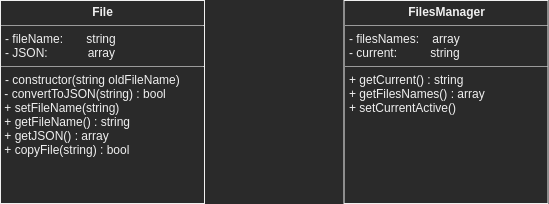
This is doc/UML/UML-Classes_diagram.png from JulienDERONGS/MOB3, a draw.io export, as it was before one commit. Source tidied: cells renumbered, new cells last; positions are measured from the earlier drawing's top-left corner, leaving out a move shared by most shapes. Its diagram source:
```xml
<mxGraphModel>
  <root>
    <mxCell id="0" />
    <mxCell id="1" parent="0" />
    <mxCell id="2" value="&lt;p style=&quot;margin: 0px ; margin-top: 4px ; text-align: center&quot;&gt;&lt;b&gt;File&lt;/b&gt;&lt;/p&gt;&lt;hr size=&quot;1&quot;&gt;&lt;p style=&quot;margin: 0px ; margin-left: 4px&quot;&gt;- fileName:&amp;nbsp; &amp;nbsp; &amp;nbsp; &amp;nbsp;string&lt;br&gt;&lt;/p&gt;&lt;p style=&quot;margin: 0px ; margin-left: 4px&quot;&gt;- JSON:&amp;nbsp; &amp;nbsp; &amp;nbsp; &amp;nbsp; &amp;nbsp; &amp;nbsp; array&lt;/p&gt;&lt;hr size=&quot;1&quot;&gt;&lt;p style=&quot;margin: 0px ; margin-left: 4px&quot;&gt;- constructor(string oldFileName)&lt;/p&gt;&amp;nbsp;- convertToJSON(string) : bool&lt;br&gt;&lt;span&gt;&amp;nbsp;+ setFileName(string)&lt;br&gt;&lt;/span&gt;&lt;span&gt;&amp;nbsp;+ getFileName() : string&lt;br&gt;&lt;/span&gt;&lt;span&gt;&amp;nbsp;+ getJSON() : array&lt;br&gt;&lt;/span&gt;&lt;span&gt;&amp;nbsp;+ copyFile(string) : bool&lt;br&gt;&lt;/span&gt;" style="verticalAlign=top;align=left;overflow=fill;fontSize=12;fontFamily=Helvetica;html=1;" parent="1" vertex="1">
      <mxGeometry width="204" height="203" as="geometry" />
    </mxCell>
    <mxCell id="3" value="&lt;p style=&quot;margin: 0px ; margin-top: 4px ; text-align: center&quot;&gt;&lt;b&gt;FilesManager&lt;/b&gt;&lt;/p&gt;&lt;hr size=&quot;1&quot;&gt;&lt;p style=&quot;margin: 0px ; margin-left: 4px&quot;&gt;- filesNames:&amp;nbsp; &amp;nbsp; array&lt;/p&gt;&lt;p style=&quot;margin: 0px ; margin-left: 4px&quot;&gt;- current:&amp;nbsp; &amp;nbsp; &amp;nbsp; &amp;nbsp; &amp;nbsp; string&lt;/p&gt;&lt;hr size=&quot;1&quot;&gt;&lt;p style=&quot;margin: 0px ; margin-left: 4px&quot;&gt;+ getCurrent() : string&lt;/p&gt;&lt;p style=&quot;margin: 0px ; margin-left: 4px&quot;&gt;+ getFilesNames() : array&lt;/p&gt;&lt;p style=&quot;margin: 0px ; margin-left: 4px&quot;&gt;+ setCurrentActive()&lt;br&gt;&lt;/p&gt;" style="verticalAlign=top;align=left;overflow=fill;fontSize=12;fontFamily=Helvetica;html=1;" parent="1" vertex="1">
      <mxGeometry x="343.5" width="204" height="203" as="geometry" />
    </mxCell>
  </root>
</mxGraphModel>
```
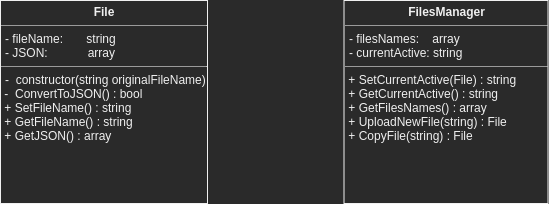
The same diagram one commit later.

Commit message:
UML: * Added File upload sequence diagram * Modified the classes diagram

What changed in the source:
```diff
@@ -2,10 +2,10 @@
   <root>
     <mxCell id="0" />
     <mxCell id="1" parent="0" />
-    <mxCell id="2" value="&lt;p style=&quot;margin: 0px ; margin-top: 4px ; text-align: center&quot;&gt;&lt;b&gt;File&lt;/b&gt;&lt;/p&gt;&lt;hr size=&quot;1&quot;&gt;&lt;p style=&quot;margin: 0px ; margin-left: 4px&quot;&gt;- fileName:&amp;nbsp; &amp;nbsp; &amp;nbsp; &amp;nbsp;string&lt;br&gt;&lt;/p&gt;&lt;p style=&quot;margin: 0px ; margin-left: 4px&quot;&gt;- JSON:&amp;nbsp; &amp;nbsp; &amp;nbsp; &amp;nbsp; &amp;nbsp; &amp;nbsp; array&lt;/p&gt;&lt;hr size=&quot;1&quot;&gt;&lt;p style=&quot;margin: 0px ; margin-left: 4px&quot;&gt;- constructor(string oldFileName)&lt;/p&gt;&amp;nbsp;- convertToJSON(string) : bool&lt;br&gt;&lt;span&gt;&amp;nbsp;+ setFileName(string)&lt;br&gt;&lt;/span&gt;&lt;span&gt;&amp;nbsp;+ getFileName() : string&lt;br&gt;&lt;/span&gt;&lt;span&gt;&amp;nbsp;+ getJSON() : array&lt;br&gt;&lt;/span&gt;&lt;span&gt;&amp;nbsp;+ copyFile(string) : bool&lt;br&gt;&lt;/span&gt;" style="verticalAlign=top;align=left;overflow=fill;fontSize=12;fontFamily=Helvetica;html=1;" parent="1" vertex="1">
-      <mxGeometry width="204" height="203" as="geometry" />
+    <mxCell id="2" value="&lt;p style=&quot;margin: 0px ; margin-top: 4px ; text-align: center&quot;&gt;&lt;b&gt;File&lt;/b&gt;&lt;/p&gt;&lt;hr size=&quot;1&quot;&gt;&lt;p style=&quot;margin: 0px ; margin-left: 4px&quot;&gt;- fileName:&amp;nbsp; &amp;nbsp; &amp;nbsp; &amp;nbsp;string&lt;br&gt;&lt;/p&gt;&lt;p style=&quot;margin: 0px ; margin-left: 4px&quot;&gt;- JSON:&amp;nbsp; &amp;nbsp; &amp;nbsp; &amp;nbsp; &amp;nbsp; &amp;nbsp; array&lt;/p&gt;&lt;hr size=&quot;1&quot;&gt;&lt;p style=&quot;margin: 0px ; margin-left: 4px&quot;&gt;-&amp;nbsp; constructor(string originalFileName)&lt;/p&gt;&amp;nbsp;-&amp;nbsp; ConvertToJSON() : bool&lt;br&gt;&lt;span&gt;&amp;nbsp;+ SetFileName() : string&lt;br&gt;&lt;/span&gt;&lt;span&gt;&amp;nbsp;+ GetFileName() : string&lt;br&gt;&lt;/span&gt;&lt;span&gt;&amp;nbsp;+ GetJSON() : array&lt;/span&gt;&lt;span&gt;&lt;br&gt;&lt;/span&gt;" style="verticalAlign=top;align=left;overflow=fill;fontSize=12;fontFamily=Helvetica;html=1;" parent="1" vertex="1">
+      <mxGeometry width="207" height="203" as="geometry" />
     </mxCell>
-    <mxCell id="3" value="&lt;p style=&quot;margin: 0px ; margin-top: 4px ; text-align: center&quot;&gt;&lt;b&gt;FilesManager&lt;/b&gt;&lt;/p&gt;&lt;hr size=&quot;1&quot;&gt;&lt;p style=&quot;margin: 0px ; margin-left: 4px&quot;&gt;- filesNames:&amp;nbsp; &amp;nbsp; array&lt;/p&gt;&lt;p style=&quot;margin: 0px ; margin-left: 4px&quot;&gt;- current:&amp;nbsp; &amp;nbsp; &amp;nbsp; &amp;nbsp; &amp;nbsp; string&lt;/p&gt;&lt;hr size=&quot;1&quot;&gt;&lt;p style=&quot;margin: 0px ; margin-left: 4px&quot;&gt;+ getCurrent() : string&lt;/p&gt;&lt;p style=&quot;margin: 0px ; margin-left: 4px&quot;&gt;+ getFilesNames() : array&lt;/p&gt;&lt;p style=&quot;margin: 0px ; margin-left: 4px&quot;&gt;+ setCurrentActive()&lt;br&gt;&lt;/p&gt;" style="verticalAlign=top;align=left;overflow=fill;fontSize=12;fontFamily=Helvetica;html=1;" parent="1" vertex="1">
+    <mxCell id="3" value="&lt;p style=&quot;margin: 0px ; margin-top: 4px ; text-align: center&quot;&gt;&lt;b&gt;FilesManager&lt;/b&gt;&lt;/p&gt;&lt;hr size=&quot;1&quot;&gt;&lt;p style=&quot;margin: 0px ; margin-left: 4px&quot;&gt;- filesNames:&amp;nbsp; &amp;nbsp; array&lt;/p&gt;&lt;p style=&quot;margin: 0px ; margin-left: 4px&quot;&gt;- currentActive: string&lt;/p&gt;&lt;hr size=&quot;1&quot;&gt;&amp;nbsp;+ SetCurrentActive(File) : string&lt;br&gt;&lt;span&gt;&amp;nbsp;+ GetCurrentActive() : string&lt;br&gt;&lt;/span&gt;&lt;span&gt;&amp;nbsp;+ GetFilesNames() : array&lt;br&gt;&lt;/span&gt;&lt;span&gt;&amp;nbsp;+ UploadNewFile(string) : File&lt;/span&gt;&lt;span&gt;&lt;br&gt;&lt;/span&gt;&amp;nbsp;+ CopyFile(string) : File" style="verticalAlign=top;align=left;overflow=fill;fontSize=12;fontFamily=Helvetica;html=1;" parent="1" vertex="1">
       <mxGeometry x="343.5" width="204" height="203" as="geometry" />
     </mxCell>
   </root>
```
